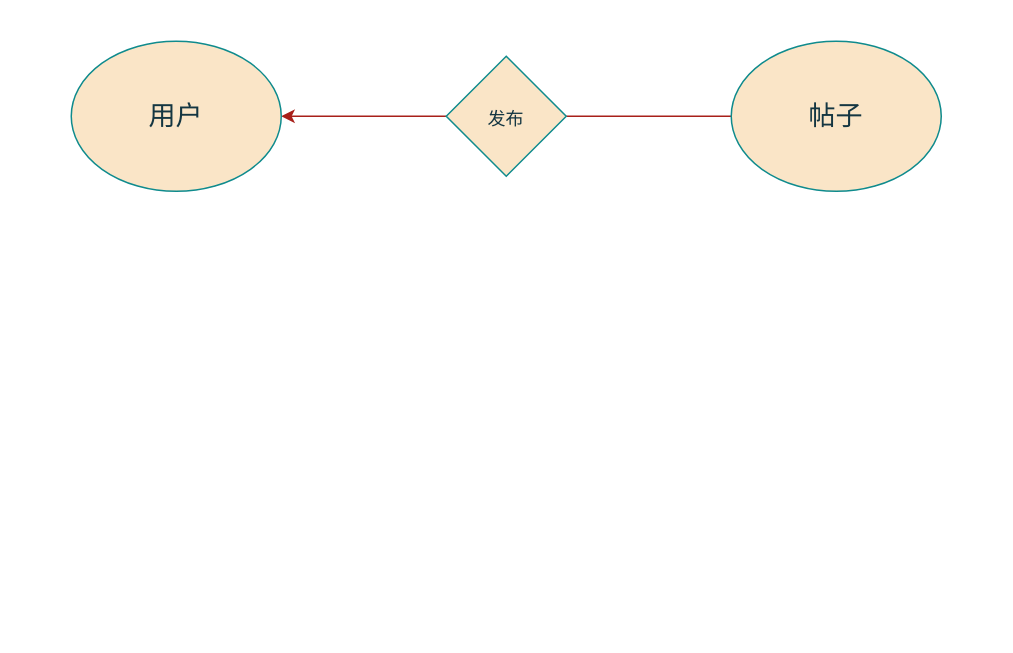
msqtt/Sources keeps this draw.io diagram as map/minihubER.drawio. Above is the earlier version. Source tidied: cells renumbered, new cells numbered last; positions are measured from the earlier drawing's top-left corner, leaving out a move shared by most shapes. Both pictures are drawn from the tidied source at 150%, with x=0, y=0 at pixel (70, 40).
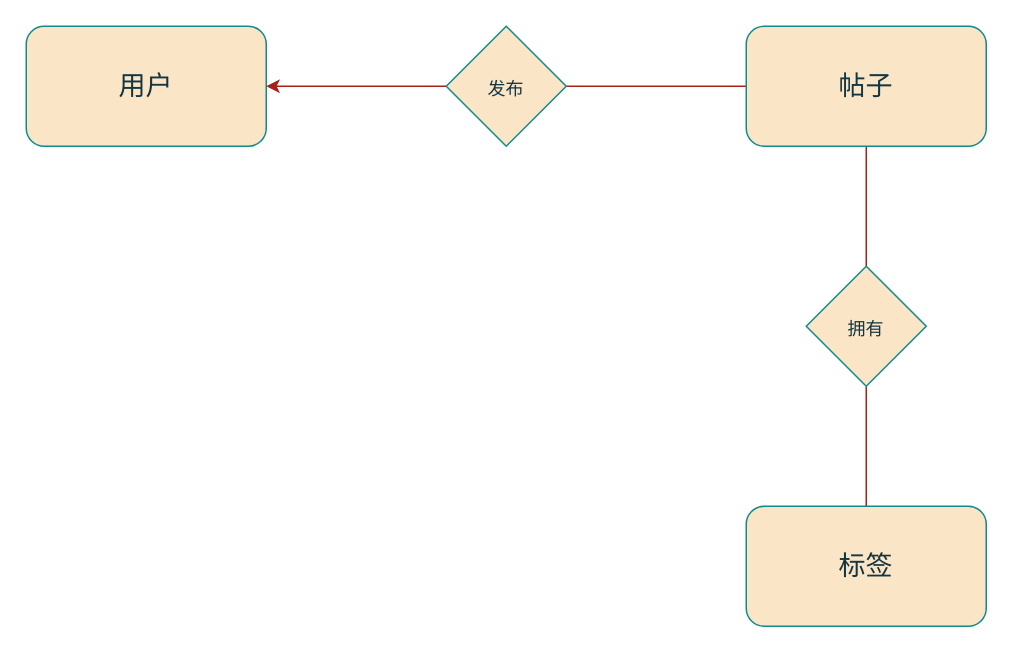
Above is the later version.

What changed in the source:
```diff
@@
 <mxGraphModel>
   <root>
     <mxCell id="0" />
     <mxCell id="1" parent="0" />
-    <mxCell id="2" style="rounded=0;jettySize=auto;html=1;strokeColor=#A8201A;fontColor=#143642;fillColor=#FAE5C7;endArrow=none;endFill=0;" parent="1" edge="1" source="6" target="5">
+    <mxCell id="2" style="rounded=0;jettySize=auto;html=1;strokeColor=#A8201A;fontColor=#143642;fillColor=#FAE5C7;endArrow=none;endFill=0;entryX=0;entryY=0.5;entryDx=0;entryDy=0;" parent="1" edge="1" source="6" target="5">
       <mxGeometry relative="1" as="geometry" />
     </mxCell>
-    <mxCell id="3" style="edgeStyle=orthogonalEdgeStyle;rounded=0;jettySize=auto;html=1;strokeColor=#A8201A;fontColor=#143642;fillColor=#FAE5C7;" parent="1" edge="1" source="6" target="4">
+    <mxCell id="3" style="edgeStyle=orthogonalEdgeStyle;rounded=0;jettySize=auto;html=1;strokeColor=#A8201A;fontColor=#143642;fillColor=#FAE5C7;entryX=1;entryY=0.5;entryDx=0;entryDy=0;" parent="1" edge="1" source="6" target="4">
       <mxGeometry relative="1" as="geometry" />
     </mxCell>
+    <mxCell id="7" style="edgeStyle=orthogonalEdgeStyle;rounded=0;jettySize=auto;html=1;strokeColor=#A8201A;fontColor=#143642;fillColor=#FAE5C7;exitX=0.5;exitY=1;exitDx=0;exitDy=0;endArrow=none;endFill=0;" parent="1" edge="1" source="5" target="9">
+      <mxGeometry relative="1" as="geometry" />
+    </mxCell>
+    <mxCell id="6" value="&lt;font style=&quot;font-size: 12px;&quot;&gt;发布&lt;/font&gt;" style="rhombus;whiteSpace=wrap;html=1;fontSize=18;fillColor=#FAE5C7;strokeColor=#0F8B8D;fontColor=#143642;labelBackgroundColor=none;" parent="1" vertex="1">
+      <mxGeometry x="250" y="-10" width="80" height="80" as="geometry" />
+    </mxCell>
+    <mxCell id="8" style="edgeStyle=orthogonalEdgeStyle;rounded=0;jettySize=auto;html=1;strokeColor=#A8201A;fontColor=#143642;fillColor=#FAE5C7;entryX=0.5;entryY=0;entryDx=0;entryDy=0;endArrow=none;endFill=0;" parent="1" edge="1" source="9" target="10">
+      <mxGeometry relative="1" as="geometry" />
+    </mxCell>
+    <mxCell id="9" value="&lt;font style=&quot;font-size: 12px;&quot;&gt;拥有&lt;/font&gt;" style="rhombus;whiteSpace=wrap;html=1;fontSize=18;fillColor=#FAE5C7;strokeColor=#0F8B8D;fontColor=#143642;labelBackgroundColor=none;" parent="1" vertex="1">
+      <mxGeometry x="490" y="150" width="80" height="80" as="geometry" />
+    </mxCell>
-    <mxCell id="4" value="用户" style="ellipse;whiteSpace=wrap;html=1;fontSize=18;labelBackgroundColor=none;fillColor=#FAE5C7;strokeColor=#0F8B8D;fontColor=#143642;" parent="1" vertex="1">
-      <mxGeometry width="140" height="100" as="geometry" />
+    <mxCell id="4" value="&lt;font style=&quot;font-size: 18px;&quot;&gt;用户&lt;/font&gt;" style="rounded=1;whiteSpace=wrap;html=1;strokeColor=#0F8B8D;fontColor=#143642;fillColor=#FAE5C7;" parent="1" vertex="1">
+      <mxGeometry x="-30" y="-10" width="160" height="80" as="geometry" />
     </mxCell>
+    <mxCell id="10" value="标签" style="rounded=1;whiteSpace=wrap;html=1;strokeColor=#0F8B8D;fontColor=#143642;fillColor=#FAE5C7;fontSize=18;" parent="1" vertex="1">
+      <mxGeometry x="450" y="310" width="160" height="80" as="geometry" />
+    </mxCell>
-    <mxCell id="5" value="帖子" style="ellipse;whiteSpace=wrap;html=1;fontSize=18;labelBackgroundColor=none;fillColor=#FAE5C7;strokeColor=#0F8B8D;fontColor=#143642;" parent="1" vertex="1">
-      <mxGeometry x="440" width="140" height="100" as="geometry" />
+    <mxCell id="5" value="帖子" style="rounded=1;whiteSpace=wrap;html=1;strokeColor=#0F8B8D;fontColor=#143642;fillColor=#FAE5C7;fontSize=18;" parent="1" vertex="1">
+      <mxGeometry x="450" y="-10" width="160" height="80" as="geometry" />
     </mxCell>
-    <mxCell id="6" value="&lt;font style=&quot;font-size: 12px;&quot;&gt;发布&lt;/font&gt;" style="rhombus;whiteSpace=wrap;html=1;fontSize=18;fillColor=#FAE5C7;strokeColor=#0F8B8D;fontColor=#143642;labelBackgroundColor=none;" parent="1" vertex="1">
-      <mxGeometry x="250" y="10" width="80" height="80" as="geometry" />
-    </mxCell>
   </root>
 </mxGraphModel>
```
